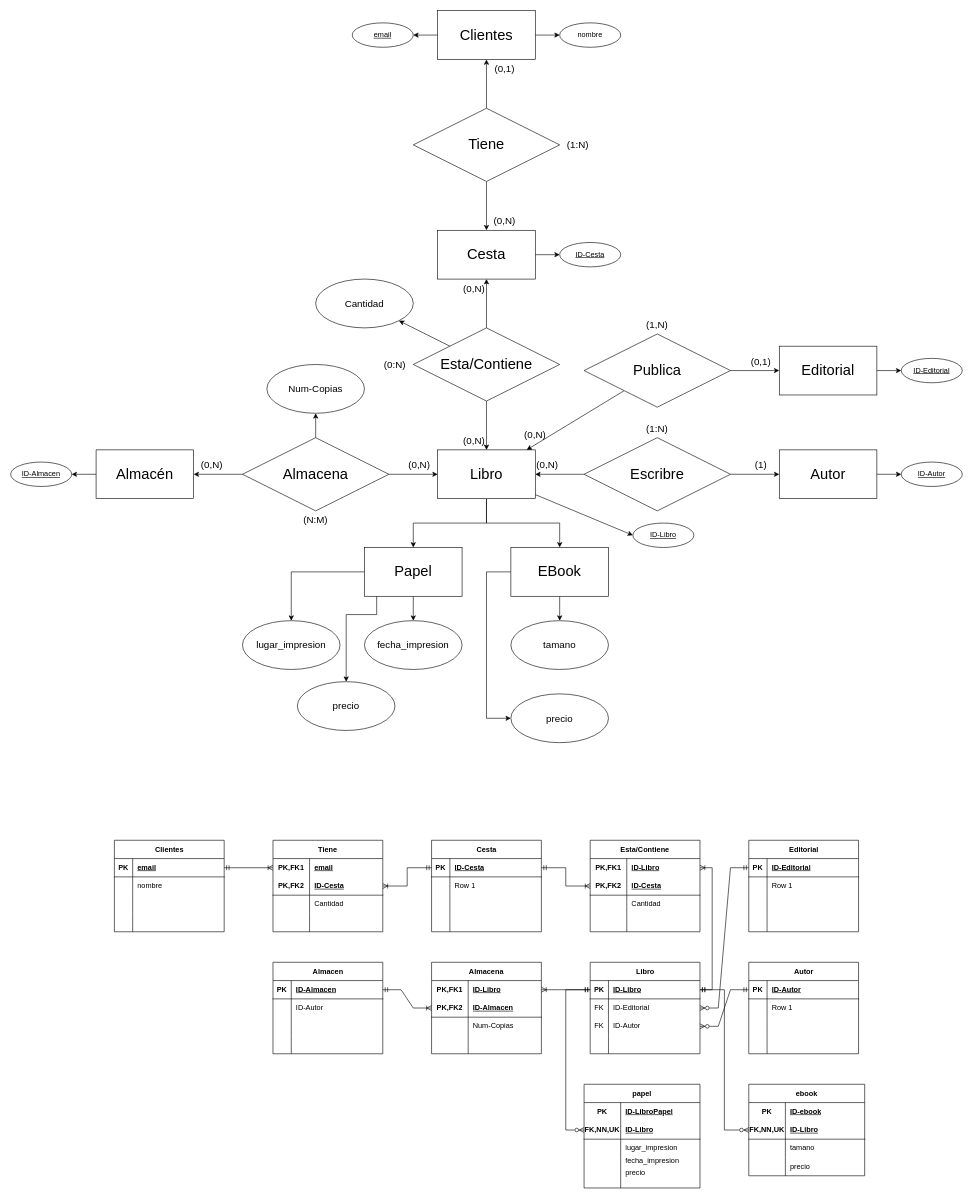
This is LibreriaOnLine.drawio from miguelelinformatico/2025_26, a draw.io file, before an edit. Source tidied: cells renumbered, new cells numbered last; positions are measured from the earlier drawing's top-left corner, leaving out a move shared by most shapes. Both pictures are drawn from the tidied source at 61%, with x=0, y=0 at pixel (10, 10).
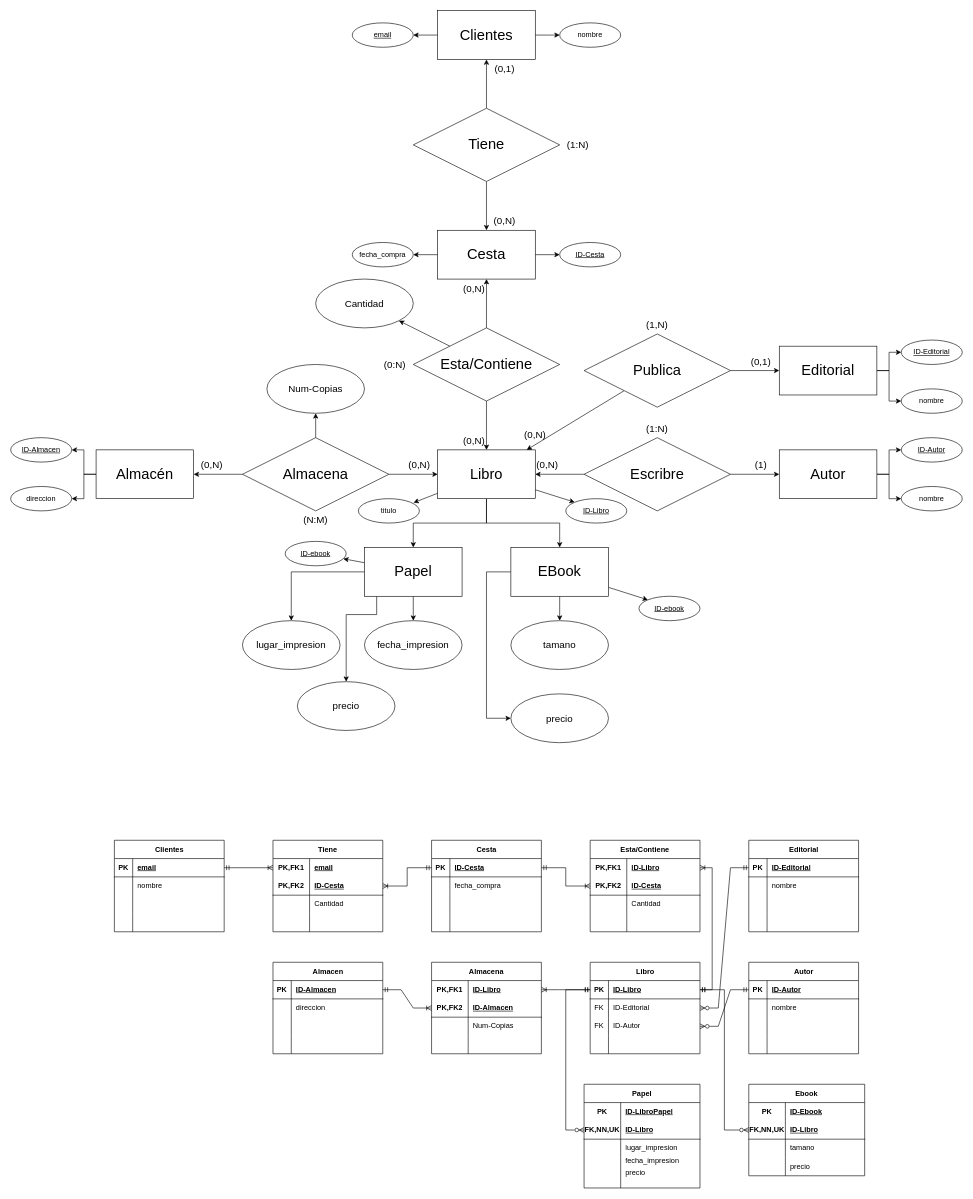
The same page after the edit.

The change refers to these unchanged cells:
```xml
<mxCell id="5" value="&lt;font style=&quot;font-size: 24px;&quot;&gt;Libro&lt;/font&gt;" style="whiteSpace=wrap;html=1;align=center;" parent="1" vertex="1">
  <mxGeometry x="700" y="720" width="160" height="80" as="geometry" />
</mxCell>
<mxCell id="7" value="&lt;font style=&quot;font-size: 24px;&quot;&gt;Autor&lt;/font&gt;" style="whiteSpace=wrap;html=1;align=center;" parent="1" vertex="1">
  <mxGeometry x="1260" y="720" width="160" height="80" as="geometry" />
</mxCell>
<mxCell id="9" value="&lt;font style=&quot;font-size: 24px;&quot;&gt;Editorial&lt;/font&gt;" style="whiteSpace=wrap;html=1;align=center;" parent="1" vertex="1">
  <mxGeometry x="1260" y="550" width="160" height="80" as="geometry" />
</mxCell>
<mxCell id="11" value="&lt;font style=&quot;font-size: 24px;&quot;&gt;Almacén&lt;/font&gt;" style="whiteSpace=wrap;html=1;align=center;" parent="1" vertex="1">
  <mxGeometry x="140" y="720" width="160" height="80" as="geometry" />
</mxCell>
<mxCell id="13" value="&lt;font style=&quot;font-size: 24px;&quot;&gt;Cesta&lt;/font&gt;" style="whiteSpace=wrap;html=1;align=center;" parent="1" vertex="1">
  <mxGeometry x="700" y="360" width="160" height="80" as="geometry" />
</mxCell>
<mxCell id="17" value="&lt;font style=&quot;font-size: 24px;&quot;&gt;Papel&lt;/font&gt;" style="whiteSpace=wrap;html=1;align=center;" parent="1" vertex="1">
  <mxGeometry x="580" y="880" width="160" height="80" as="geometry" />
</mxCell>
<mxCell id="20" value="&lt;font style=&quot;font-size: 24px;&quot;&gt;EBook&lt;/font&gt;" style="whiteSpace=wrap;html=1;align=center;" parent="1" vertex="1">
  <mxGeometry x="820" y="880" width="160" height="80" as="geometry" />
</mxCell>
<mxCell id="73" style="shape=tableRow;horizontal=0;startSize=0;swimlaneHead=0;swimlaneBody=0;fillColor=none;top=0;left=0;right=0;bottom=0;" parent="69" vertex="1">
  <mxGeometry y="60" width="180" height="30" as="geometry" />
</mxCell>
<mxCell id="99" style="shape=tableRow;horizontal=0;startSize=0;swimlaneHead=0;swimlaneBody=0;fillColor=none;top=0;left=0;right=0;bottom=0;" parent="95" vertex="1">
  <mxGeometry y="60" width="180" height="30" as="geometry" />
</mxCell>
<mxCell id="125" style="shape=tableRow;horizontal=0;startSize=0;swimlaneHead=0;swimlaneBody=0;fillColor=none;top=0;left=0;right=0;bottom=0;" parent="121" vertex="1">
  <mxGeometry y="60" width="180" height="30" as="geometry" />
</mxCell>
<mxCell id="151" style="shape=tableRow;horizontal=0;startSize=0;swimlaneHead=0;swimlaneBody=0;fillColor=none;top=0;left=0;right=0;bottom=0;" parent="147" vertex="1">
  <mxGeometry y="60" width="180" height="30" as="geometry" />
</mxCell>
<mxCell id="210" style="shape=tableRow;horizontal=0;startSize=0;swimlaneHead=0;swimlaneBody=0;fillColor=none;top=0;left=0;right=0;bottom=0;html=1;" parent="209" vertex="1">
  <mxGeometry y="30" width="190" height="30" as="geometry" />
</mxCell>
```

Diff of the diagram source:
```diff
@@
-    <mxCell id="4" style="rounded=0;jettySize=auto;html=1;entryX=0;entryY=0.5;entryDx=0;entryDy=0;" parent="1" edge="1" source="5" target="63">
+    <mxCell id="4" style="rounded=0;jettySize=auto;html=1;entryX=0;entryY=0;entryDx=0;entryDy=0;" parent="1" edge="1" source="5" target="63">
       <mxGeometry relative="1" as="geometry" />
     </mxCell>
+    <mxCell id="224" style="rounded=0;jettySize=auto;html=1;entryX=0.905;entryY=0.163;entryDx=0;entryDy=0;entryPerimeter=0;" parent="1" edge="1" source="5" target="231">
+      <mxGeometry relative="1" as="geometry" />
+    </mxCell>
@@
+    <mxCell id="225" style="edgeStyle=orthogonalEdgeStyle;rounded=0;jettySize=auto;html=1;" parent="1" edge="1" source="7" target="234">
+      <mxGeometry relative="1" as="geometry" />
+    </mxCell>
@@
+    <mxCell id="226" style="edgeStyle=orthogonalEdgeStyle;rounded=0;jettySize=auto;html=1;" parent="1" edge="1" source="9" target="235">
+      <mxGeometry relative="1" as="geometry" />
+    </mxCell>
@@
+    <mxCell id="227" style="edgeStyle=orthogonalEdgeStyle;rounded=0;jettySize=auto;html=1;entryX=1;entryY=0.5;entryDx=0;entryDy=0;" parent="1" edge="1" source="11" target="237">
+      <mxGeometry relative="1" as="geometry" />
+    </mxCell>
@@
+    <mxCell id="228" style="edgeStyle=orthogonalEdgeStyle;rounded=0;jettySize=auto;html=1;" parent="1" edge="1" source="13" target="236">
+      <mxGeometry relative="1" as="geometry" />
+    </mxCell>
@@
+    <mxCell id="229" style="rounded=0;jettySize=auto;html=1;" parent="1" edge="1" source="17" target="233">
+      <mxGeometry relative="1" as="geometry" />
+    </mxCell>
@@
+    <mxCell id="230" style="rounded=0;jettySize=auto;html=1;entryX=0;entryY=0;entryDx=0;entryDy=0;" parent="1" edge="1" source="20" target="232">
+      <mxGeometry relative="1" as="geometry" />
+    </mxCell>
@@
     <mxCell id="63" value="ID-Libro" style="ellipse;whiteSpace=wrap;html=1;align=center;fontStyle=4;" parent="1" vertex="1">
-      <mxGeometry x="1020" y="840" width="100" height="40" as="geometry" />
+      <mxGeometry x="910" y="800" width="100" height="40" as="geometry" />
     </mxCell>
     <mxCell id="64" value="ID-Autor" style="ellipse;whiteSpace=wrap;html=1;align=center;fontStyle=4;" parent="1" vertex="1">
-      <mxGeometry x="1460" y="740" width="100" height="40" as="geometry" />
+      <mxGeometry x="1460" y="700" width="100" height="40" as="geometry" />
     </mxCell>
     <mxCell id="65" value="ID-Editorial" style="ellipse;whiteSpace=wrap;html=1;align=center;fontStyle=4;" parent="1" vertex="1">
-      <mxGeometry x="1460" y="570" width="100" height="40" as="geometry" />
+      <mxGeometry x="1460" y="540" width="100" height="40" as="geometry" />
     </mxCell>
     <mxCell id="66" value="ID-Almacen" style="ellipse;whiteSpace=wrap;html=1;align=center;fontStyle=4;" parent="1" vertex="1">
-      <mxGeometry y="740" width="100" height="40" as="geometry" />
+      <mxGeometry y="700" width="100" height="40" as="geometry" />
     </mxCell>
@@
-    <mxCell id="75" value="Row 1" style="shape=partialRectangle;fillColor=none;top=0;left=0;bottom=0;right=0;align=left;spacingLeft=6;overflow=hidden;whiteSpace=wrap;html=1;" parent="73" vertex="1">
+    <mxCell id="75" value="nombre" style="shape=partialRectangle;fillColor=none;top=0;left=0;bottom=0;right=0;align=left;spacingLeft=6;overflow=hidden;whiteSpace=wrap;html=1;" parent="73" vertex="1">
       <mxGeometry x="30" width="150" height="30" as="geometry" />
     </mxCell>
@@
-    <mxCell id="101" value="Row 1" style="shape=partialRectangle;fillColor=none;top=0;left=0;bottom=0;right=0;align=left;spacingLeft=6;overflow=hidden;whiteSpace=wrap;html=1;" parent="99" vertex="1">
+    <mxCell id="101" value="nombre" style="shape=partialRectangle;fillColor=none;top=0;left=0;bottom=0;right=0;align=left;spacingLeft=6;overflow=hidden;whiteSpace=wrap;html=1;" parent="99" vertex="1">
       <mxGeometry x="30" width="150" height="30" as="geometry" />
     </mxCell>
@@
-    <mxCell id="127" value="ID-Autor" style="shape=partialRectangle;fillColor=none;top=0;left=0;bottom=0;right=0;align=left;spacingLeft=6;overflow=hidden;whiteSpace=wrap;html=1;" parent="125" vertex="1">
+    <mxCell id="127" value="direccion" style="shape=partialRectangle;fillColor=none;top=0;left=0;bottom=0;right=0;align=left;spacingLeft=6;overflow=hidden;whiteSpace=wrap;html=1;" parent="125" vertex="1">
       <mxGeometry x="30" width="150" height="30" as="geometry" />
     </mxCell>
@@
-    <mxCell id="153" value="Row 1" style="shape=partialRectangle;fillColor=none;top=0;left=0;bottom=0;right=0;align=left;spacingLeft=6;overflow=hidden;whiteSpace=wrap;html=1;" parent="151" vertex="1">
+    <mxCell id="153" value="&lt;span style=&quot;text-align: center;&quot;&gt;fecha_compra&lt;/span&gt;" style="shape=partialRectangle;fillColor=none;top=0;left=0;bottom=0;right=0;align=left;spacingLeft=6;overflow=hidden;whiteSpace=wrap;html=1;" parent="151" vertex="1">
       <mxGeometry x="30" width="150" height="30" as="geometry" />
     </mxCell>
@@
-    <mxCell id="195" value="&lt;span style=&quot;text-wrap-mode: nowrap;&quot;&gt;papel&lt;/span&gt;" style="shape=table;startSize=30;childLayout=tableLayout;rowLines=0;fontStyle=1;align=center;html=1;whiteSpace=wrap;" parent="1" vertex="1">
+    <mxCell id="195" value="&lt;span style=&quot;text-wrap-mode: nowrap;&quot;&gt;Papel&lt;/span&gt;" style="shape=table;startSize=30;childLayout=tableLayout;rowLines=0;fontStyle=1;align=center;html=1;whiteSpace=wrap;" parent="1" vertex="1">
       <mxGeometry x="940" y="1760" width="190" height="170" as="geometry" />
     </mxCell>
@@
-    <mxCell id="209" value="&lt;span style=&quot;text-wrap-mode: nowrap;&quot;&gt;ebook&lt;/span&gt;" style="shape=table;startSize=30;childLayout=tableLayout;rowLines=0;fontStyle=1;align=center;html=1;whiteSpace=wrap;" parent="1" vertex="1">
+    <mxCell id="209" value="&lt;span style=&quot;text-wrap-mode: nowrap;&quot;&gt;Ebook&lt;/span&gt;" style="shape=table;startSize=30;childLayout=tableLayout;rowLines=0;fontStyle=1;align=center;html=1;whiteSpace=wrap;" parent="1" vertex="1">
       <mxGeometry x="1210" y="1760" width="190" height="150" as="geometry" />
     </mxCell>
@@
-    <mxCell id="212" value="ID-ebook" style="shape=partialRectangle;fillColor=none;top=0;left=0;bottom=0;right=0;align=left;spacingLeft=6;fontStyle=5;overflow=hidden;html=1;whiteSpace=wrap;" parent="210" vertex="1">
+    <mxCell id="212" value="ID-Ebook" style="shape=partialRectangle;fillColor=none;top=0;left=0;bottom=0;right=0;align=left;spacingLeft=6;fontStyle=5;overflow=hidden;html=1;whiteSpace=wrap;" parent="210" vertex="1">
       <mxGeometry x="60" width="130" height="30" as="geometry" />
     </mxCell>
@@
+    <mxCell id="231" value="titulo" style="ellipse;whiteSpace=wrap;html=1;align=center;" parent="1" vertex="1">
+      <mxGeometry x="570" y="800" width="100" height="40" as="geometry" />
+    </mxCell>
+    <mxCell id="232" value="ID-ebook" style="ellipse;whiteSpace=wrap;html=1;align=center;fontStyle=4;" parent="1" vertex="1">
+      <mxGeometry x="1030" y="960" width="100" height="40" as="geometry" />
+    </mxCell>
+    <mxCell id="233" value="ID-ebook" style="ellipse;whiteSpace=wrap;html=1;align=center;fontStyle=4;" parent="1" vertex="1">
+      <mxGeometry x="450" y="870" width="100" height="40" as="geometry" />
+    </mxCell>
+    <mxCell id="234" value="nombre" style="ellipse;whiteSpace=wrap;html=1;align=center;" parent="1" vertex="1">
+      <mxGeometry x="1460" y="780" width="100" height="40" as="geometry" />
+    </mxCell>
+    <mxCell id="235" value="nombre" style="ellipse;whiteSpace=wrap;html=1;align=center;" parent="1" vertex="1">
+      <mxGeometry x="1460" y="620" width="100" height="40" as="geometry" />
+    </mxCell>
+    <mxCell id="236" value="fecha_compra" style="ellipse;whiteSpace=wrap;html=1;align=center;" parent="1" vertex="1">
+      <mxGeometry x="560" y="380" width="100" height="40" as="geometry" />
+    </mxCell>
+    <mxCell id="237" value="direccion" style="ellipse;whiteSpace=wrap;html=1;align=center;" parent="1" vertex="1">
+      <mxGeometry y="780" width="100" height="40" as="geometry" />
+    </mxCell>
```
